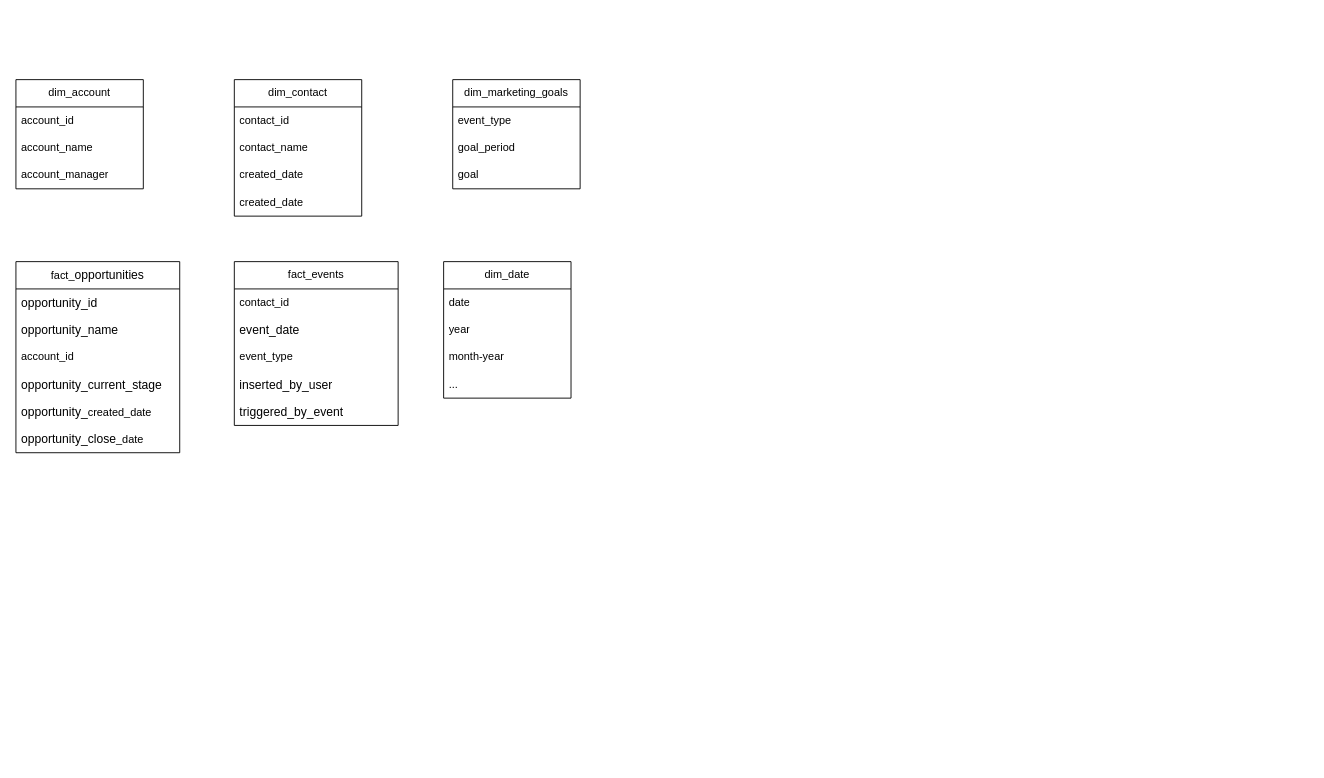
talc87/priority_data_pipeline_postgres_db keeps this draw.io diagram as 📊 BI & Data Business Spec Document- GTM-marketing report.drawio. Above is the earlier version. Source tidied: cells renumbered, new cells numbered last; positions are measured from the earlier drawing's top-left corner, leaving out a move shared by most shapes. Both pictures are drawn from the tidied source at 91%, with x=0, y=0 at pixel (15, 79).
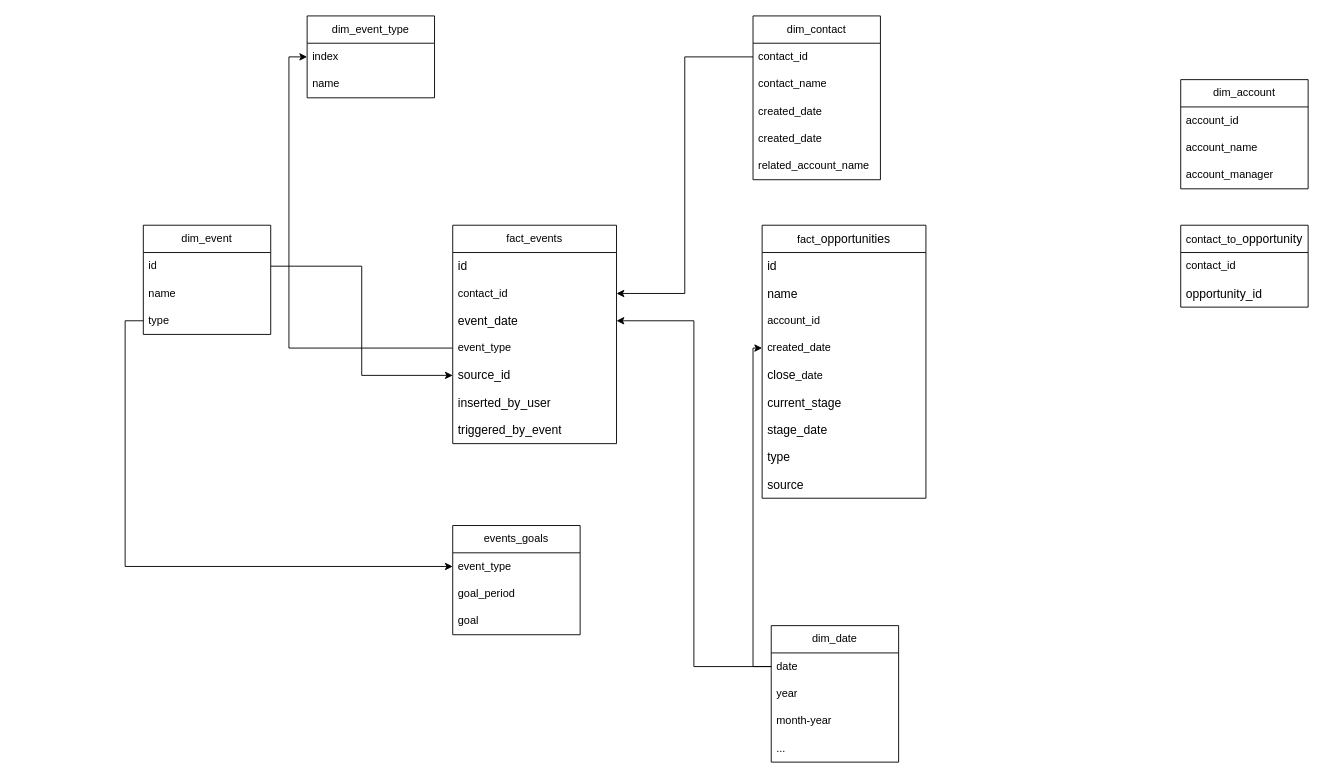
Above is the later version.

Unchanged cells that the change refers to:
```xml
<mxCell id="7" value="contact_id" style="text;strokeColor=none;fillColor=none;align=left;verticalAlign=middle;spacingLeft=4;spacingRight=4;overflow=hidden;points=[[0,0.5],[1,0.5]];portConstraint=eastwest;whiteSpace=wrap;html=1;" parent="6" vertex="1">
  <mxGeometry y="30" width="140" height="30" as="geometry" />
</mxCell>
<mxCell id="25" value="event_type" style="text;strokeColor=none;fillColor=none;align=left;verticalAlign=middle;spacingLeft=4;spacingRight=4;overflow=hidden;points=[[0,0.5],[1,0.5]];portConstraint=eastwest;whiteSpace=wrap;html=1;" parent="24" vertex="1">
  <mxGeometry y="30" width="140" height="30" as="geometry" />
</mxCell>
<mxCell id="29" value="date" style="text;strokeColor=none;fillColor=none;align=left;verticalAlign=middle;spacingLeft=4;spacingRight=4;overflow=hidden;points=[[0,0.5],[1,0.5]];portConstraint=eastwest;whiteSpace=wrap;html=1;" parent="28" vertex="1">
  <mxGeometry y="30" width="140" height="30" as="geometry" />
</mxCell>
```

Change to the diagram source:
```diff
@@
     <mxCell id="2" value="dim_account" style="swimlane;fontStyle=0;horizontal=1;startSize=30;whiteSpace=wrap;html=1;" parent="1" vertex="1">
-      <mxGeometry width="140" height="120" as="geometry" />
+      <mxGeometry x="1280" width="140" height="120" as="geometry" />
     </mxCell>
@@
     <mxCell id="6" value="dim_contact" style="swimlane;fontStyle=0;horizontal=1;startSize=30;whiteSpace=wrap;html=1;" parent="1" vertex="1">
-      <mxGeometry x="240" width="140" height="150" as="geometry" />
+      <mxGeometry x="810" y="-70" width="140" height="180" as="geometry" />
     </mxCell>
@@
+    <mxCell id="33" value="related_account_name" style="text;strokeColor=none;fillColor=none;align=left;verticalAlign=middle;spacingLeft=4;spacingRight=4;overflow=hidden;whiteSpace=wrap;html=1;" parent="6" vertex="1">
+      <mxGeometry y="150" width="140" height="30" as="geometry" />
+    </mxCell>
     <mxCell id="11" value="fact_&lt;span id=&quot;docs-internal-guid-ff676012-7fff-e291-a24d-76525ae4b578&quot;&gt;&lt;span style=&quot;font-size: 10pt; font-family: Arial, sans-serif; background-color: transparent; font-variant-numeric: normal; font-variant-east-asian: normal; font-variant-alternates: normal; font-variant-position: normal; font-variant-emoji: normal; vertical-align: baseline; white-space-collapse: preserve;&quot;&gt;opportunities&lt;/span&gt;&lt;/span&gt;" style="swimlane;fontStyle=0;horizontal=1;startSize=30;whiteSpace=wrap;html=1;" parent="1" vertex="1">
-      <mxGeometry y="200" width="180" height="210" as="geometry" />
+      <mxGeometry x="820" y="160" width="180" height="300" as="geometry" />
     </mxCell>
-    <mxCell id="12" value="&lt;span id=&quot;docs-internal-guid-ff676012-7fff-e291-a24d-76525ae4b578&quot;&gt;&lt;span style=&quot;font-size: 10pt; font-family: Arial, sans-serif; background-color: transparent; font-variant-numeric: normal; font-variant-east-asian: normal; font-variant-alternates: normal; font-variant-position: normal; font-variant-emoji: normal; vertical-align: baseline; white-space-collapse: preserve;&quot;&gt;opportunity_id&lt;/span&gt;&lt;/span&gt;" style="text;strokeColor=none;fillColor=none;align=left;verticalAlign=middle;spacingLeft=4;spacingRight=4;overflow=hidden;whiteSpace=wrap;html=1;" parent="11" vertex="1">
+    <mxCell id="12" value="&lt;span id=&quot;docs-internal-guid-ff676012-7fff-e291-a24d-76525ae4b578&quot;&gt;&lt;span style=&quot;font-size: 10pt; font-family: Arial, sans-serif; background-color: transparent; font-variant-numeric: normal; font-variant-east-asian: normal; font-variant-alternates: normal; font-variant-position: normal; font-variant-emoji: normal; vertical-align: baseline; white-space-collapse: preserve;&quot;&gt;id&lt;/span&gt;&lt;/span&gt;" style="text;strokeColor=none;fillColor=none;align=left;verticalAlign=middle;spacingLeft=4;spacingRight=4;overflow=hidden;whiteSpace=wrap;html=1;" parent="11" vertex="1">
       <mxGeometry y="30" width="180" height="30" as="geometry" />
     </mxCell>
-    <mxCell id="13" value="&lt;span id=&quot;docs-internal-guid-ff676012-7fff-e291-a24d-76525ae4b578&quot;&gt;&lt;span style=&quot;font-size: 10pt; font-family: Arial, sans-serif; background-color: transparent; font-variant-numeric: normal; font-variant-east-asian: normal; font-variant-alternates: normal; font-variant-position: normal; font-variant-emoji: normal; vertical-align: baseline; white-space-collapse: preserve;&quot;&gt;opportunity_name&lt;/span&gt;&lt;/span&gt;" style="text;strokeColor=none;fillColor=none;align=left;verticalAlign=middle;spacingLeft=4;spacingRight=4;overflow=hidden;whiteSpace=wrap;html=1;" parent="11" vertex="1">
+    <mxCell id="13" value="&lt;span id=&quot;docs-internal-guid-ff676012-7fff-e291-a24d-76525ae4b578&quot;&gt;&lt;span style=&quot;font-size: 10pt; font-family: Arial, sans-serif; background-color: transparent; font-variant-numeric: normal; font-variant-east-asian: normal; font-variant-alternates: normal; font-variant-position: normal; font-variant-emoji: normal; vertical-align: baseline; white-space-collapse: preserve;&quot;&gt;name&lt;/span&gt;&lt;/span&gt;" style="text;strokeColor=none;fillColor=none;align=left;verticalAlign=middle;spacingLeft=4;spacingRight=4;overflow=hidden;whiteSpace=wrap;html=1;" parent="11" vertex="1">
       <mxGeometry y="60" width="180" height="30" as="geometry" />
     </mxCell>
@@
+    <mxCell id="16" value="created_date" style="text;strokeColor=none;fillColor=none;align=left;verticalAlign=middle;spacingLeft=4;spacingRight=4;overflow=hidden;points=[[0,0.5],[1,0.5]];portConstraint=eastwest;whiteSpace=wrap;html=1;" parent="11" vertex="1">
+      <mxGeometry y="120" width="180" height="30" as="geometry" />
+    </mxCell>
+    <mxCell id="34" value="&lt;span style=&quot;font-family: Arial, sans-serif; font-size: 13.3333px; white-space-collapse: preserve;&quot;&gt;close&lt;/span&gt;_date" style="text;strokeColor=none;fillColor=none;align=left;verticalAlign=middle;spacingLeft=4;spacingRight=4;overflow=hidden;whiteSpace=wrap;html=1;" parent="11" vertex="1">
+      <mxGeometry y="150" width="180" height="30" as="geometry" />
+    </mxCell>
-    <mxCell id="15" value="&lt;span style=&quot;font-family: Arial, sans-serif; font-size: 13.3333px; white-space-collapse: preserve;&quot;&gt;opportunity_current_stage&lt;/span&gt;" style="text;strokeColor=none;fillColor=none;align=left;verticalAlign=middle;spacingLeft=4;spacingRight=4;overflow=hidden;whiteSpace=wrap;html=1;" parent="11" vertex="1">
-      <mxGeometry y="120" width="180" height="30" as="geometry" />
+    <mxCell id="15" value="&lt;span style=&quot;font-family: Arial, sans-serif; font-size: 13.3333px; white-space-collapse: preserve;&quot;&gt;current_stage&lt;/span&gt;" style="text;strokeColor=none;fillColor=none;align=left;verticalAlign=middle;spacingLeft=4;spacingRight=4;overflow=hidden;whiteSpace=wrap;html=1;" parent="11" vertex="1">
+      <mxGeometry y="180" width="180" height="30" as="geometry" />
     </mxCell>
-    <mxCell id="16" value="&lt;span style=&quot;font-family: Arial, sans-serif; font-size: 13.3333px; white-space-collapse: preserve;&quot;&gt;opportunity_&lt;/span&gt;created_date" style="text;strokeColor=none;fillColor=none;align=left;verticalAlign=middle;spacingLeft=4;spacingRight=4;overflow=hidden;points=[[0,0.5],[1,0.5]];portConstraint=eastwest;whiteSpace=wrap;html=1;" parent="11" vertex="1">
-      <mxGeometry y="150" width="180" height="30" as="geometry" />
-    </mxCell>
+    <mxCell id="35" value="&lt;span style=&quot;font-family: Arial, sans-serif; font-size: 13.3333px; white-space-collapse: preserve;&quot;&gt;stage_date&lt;/span&gt;" style="text;strokeColor=none;fillColor=none;align=left;verticalAlign=middle;spacingLeft=4;spacingRight=4;overflow=hidden;whiteSpace=wrap;html=1;" parent="11" vertex="1">
+      <mxGeometry y="210" width="180" height="30" as="geometry" />
+    </mxCell>
+    <mxCell id="36" value="&lt;span style=&quot;font-family: Arial, sans-serif; font-size: 13.3333px; white-space-collapse: preserve;&quot;&gt;type&lt;/span&gt;" style="text;strokeColor=none;fillColor=none;align=left;verticalAlign=middle;spacingLeft=4;spacingRight=4;overflow=hidden;whiteSpace=wrap;html=1;" parent="11" vertex="1">
+      <mxGeometry y="240" width="180" height="30" as="geometry" />
+    </mxCell>
-    <mxCell id="17" value="&lt;span style=&quot;font-family: Arial, sans-serif; font-size: 13.3333px; white-space-collapse: preserve;&quot;&gt;opportunity_close&lt;/span&gt;_date" style="text;strokeColor=none;fillColor=none;align=left;verticalAlign=middle;spacingLeft=4;spacingRight=4;overflow=hidden;whiteSpace=wrap;html=1;" parent="11" vertex="1">
-      <mxGeometry y="180" width="180" height="30" as="geometry" />
+    <mxCell id="17" value="&lt;font face=&quot;Arial, sans-serif&quot;&gt;&lt;span style=&quot;font-size: 13.3333px; white-space-collapse: preserve;&quot;&gt;source&lt;/span&gt;&lt;/font&gt;" style="text;strokeColor=none;fillColor=none;align=left;verticalAlign=middle;spacingLeft=4;spacingRight=4;overflow=hidden;whiteSpace=wrap;html=1;" parent="11" vertex="1">
+      <mxGeometry y="270" width="180" height="30" as="geometry" />
     </mxCell>
     <mxCell id="18" value="fact_events" style="swimlane;fontStyle=0;horizontal=1;startSize=30;whiteSpace=wrap;html=1;" parent="1" vertex="1">
-      <mxGeometry x="240" y="200" width="180" height="180" as="geometry" />
+      <mxGeometry x="480" y="160" width="180" height="240" as="geometry" />
     </mxCell>
+    <mxCell id="23" value="&lt;span style=&quot;font-family: Arial, sans-serif; font-size: 13.3333px; white-space-collapse: preserve;&quot;&gt;id&lt;/span&gt;" style="text;strokeColor=none;fillColor=none;align=left;verticalAlign=middle;spacingLeft=4;spacingRight=4;overflow=hidden;whiteSpace=wrap;html=1;" parent="18" vertex="1">
+      <mxGeometry y="30" width="180" height="30" as="geometry" />
+    </mxCell>
     <mxCell id="19" value="contact_id" style="text;strokeColor=none;fillColor=none;align=left;verticalAlign=middle;spacingLeft=4;spacingRight=4;overflow=hidden;points=[[0,0.5],[1,0.5]];portConstraint=eastwest;whiteSpace=wrap;html=1;" parent="18" vertex="1">
-      <mxGeometry y="30" width="180" height="30" as="geometry" />
+      <mxGeometry y="60" width="180" height="30" as="geometry" />
     </mxCell>
     <mxCell id="20" value="&lt;font face=&quot;Arial, sans-serif&quot;&gt;&lt;span style=&quot;font-size: 13.3333px; white-space-collapse: preserve;&quot;&gt;event_date&lt;/span&gt;&lt;/font&gt;" style="text;strokeColor=none;fillColor=none;align=left;verticalAlign=middle;spacingLeft=4;spacingRight=4;overflow=hidden;points=[[0,0.5],[1,0.5]];portConstraint=eastwest;whiteSpace=wrap;html=1;" parent="18" vertex="1">
-      <mxGeometry y="60" width="180" height="30" as="geometry" />
+      <mxGeometry y="90" width="180" height="30" as="geometry" />
     </mxCell>
     <mxCell id="21" value="event_type" style="text;strokeColor=none;fillColor=none;align=left;verticalAlign=middle;spacingLeft=4;spacingRight=4;overflow=hidden;points=[[0,0.5],[1,0.5]];portConstraint=eastwest;whiteSpace=wrap;html=1;" parent="18" vertex="1">
-      <mxGeometry y="90" width="180" height="30" as="geometry" />
+      <mxGeometry y="120" width="180" height="30" as="geometry" />
     </mxCell>
+    <mxCell id="37" value="&lt;span style=&quot;font-family: Arial, sans-serif; font-size: 13.3333px; white-space-collapse: preserve;&quot;&gt;source_id&lt;/span&gt;" style="text;strokeColor=none;fillColor=none;align=left;verticalAlign=middle;spacingLeft=4;spacingRight=4;overflow=hidden;points=[[0,0.5],[1,0.5]];portConstraint=eastwest;whiteSpace=wrap;html=1;" parent="18" vertex="1">
+      <mxGeometry y="150" width="180" height="30" as="geometry" />
+    </mxCell>
     <mxCell id="22" value="&lt;span style=&quot;font-family: Arial, sans-serif; font-size: 13.3333px; white-space-collapse: preserve;&quot;&gt;inserted_by_user&lt;/span&gt;" style="text;strokeColor=none;fillColor=none;align=left;verticalAlign=middle;spacingLeft=4;spacingRight=4;overflow=hidden;whiteSpace=wrap;html=1;" parent="18" vertex="1">
-      <mxGeometry y="120" width="180" height="30" as="geometry" />
+      <mxGeometry y="180" width="180" height="30" as="geometry" />
     </mxCell>
-    <mxCell id="23" value="&lt;span style=&quot;font-family: Arial, sans-serif; font-size: 13.3333px; white-space-collapse: preserve;&quot;&gt;triggered_by_event&lt;/span&gt;" style="text;strokeColor=none;fillColor=none;align=left;verticalAlign=middle;spacingLeft=4;spacingRight=4;overflow=hidden;whiteSpace=wrap;html=1;" parent="18" vertex="1">
-      <mxGeometry y="150" width="180" height="30" as="geometry" />
-    </mxCell>
+    <mxCell id="38" value="&lt;span style=&quot;font-family: Arial, sans-serif; font-size: 13.3333px; white-space-collapse: preserve;&quot;&gt;triggered_by_event&lt;/span&gt;" style="text;strokeColor=none;fillColor=none;align=left;verticalAlign=middle;spacingLeft=4;spacingRight=4;overflow=hidden;whiteSpace=wrap;html=1;" parent="18" vertex="1">
+      <mxGeometry y="210" width="180" height="30" as="geometry" />
+    </mxCell>
-    <mxCell id="24" value="dim_marketing_goals" style="swimlane;fontStyle=0;horizontal=1;startSize=30;whiteSpace=wrap;html=1;" parent="1" vertex="1">
-      <mxGeometry x="480" width="140" height="120" as="geometry" />
+    <mxCell id="24" value="events_goals" style="swimlane;fontStyle=0;horizontal=1;startSize=30;whiteSpace=wrap;html=1;" parent="1" vertex="1">
+      <mxGeometry x="480" y="490" width="140" height="120" as="geometry" />
     </mxCell>
@@
     <mxCell id="28" value="dim_date" style="swimlane;fontStyle=0;horizontal=1;startSize=30;whiteSpace=wrap;html=1;" parent="1" vertex="1">
-      <mxGeometry x="470" y="200" width="140" height="150" as="geometry" />
+      <mxGeometry x="830" y="600" width="140" height="150" as="geometry" />
     </mxCell>
@@
+    <mxCell id="39" value="contact_to_&lt;span style=&quot;font-family: Arial, sans-serif; font-size: 13.3333px; text-align: left; white-space-collapse: preserve;&quot;&gt;opportunity&lt;/span&gt;" style="swimlane;fontStyle=0;horizontal=1;startSize=30;whiteSpace=wrap;html=1;" parent="1" vertex="1">
+      <mxGeometry x="1280" y="160" width="140" height="90" as="geometry" />
+    </mxCell>
+    <mxCell id="40" value="contact_id" style="text;strokeColor=none;fillColor=none;align=left;verticalAlign=middle;spacingLeft=4;spacingRight=4;overflow=hidden;whiteSpace=wrap;html=1;" parent="39" vertex="1">
+      <mxGeometry y="30" width="140" height="30" as="geometry" />
+    </mxCell>
+    <mxCell id="41" value="&lt;span style=&quot;font-family: Arial, sans-serif; font-size: 13.3333px; white-space-collapse: preserve;&quot;&gt;opportunity_id&lt;/span&gt;" style="text;strokeColor=none;fillColor=none;align=left;verticalAlign=middle;spacingLeft=4;spacingRight=4;overflow=hidden;whiteSpace=wrap;html=1;" parent="39" vertex="1">
+      <mxGeometry y="60" width="140" height="30" as="geometry" />
+    </mxCell>
+    <mxCell id="42" value="dim_event" style="swimlane;fontStyle=0;horizontal=1;startSize=30;whiteSpace=wrap;html=1;" parent="1" vertex="1">
+      <mxGeometry x="140" y="160" width="140" height="120" as="geometry" />
+    </mxCell>
+    <mxCell id="43" value="id" style="text;strokeColor=none;fillColor=none;align=left;verticalAlign=middle;spacingLeft=4;spacingRight=4;overflow=hidden;points=[[0,0.5],[1,0.5]];portConstraint=eastwest;whiteSpace=wrap;html=1;" parent="42" vertex="1">
+      <mxGeometry y="30" width="140" height="30" as="geometry" />
+    </mxCell>
+    <mxCell id="44" value="&lt;span style=&quot;text-align: center;&quot;&gt;name&lt;/span&gt;" style="text;strokeColor=none;fillColor=none;align=left;verticalAlign=middle;spacingLeft=4;spacingRight=4;overflow=hidden;whiteSpace=wrap;html=1;" parent="42" vertex="1">
+      <mxGeometry y="60" width="140" height="30" as="geometry" />
+    </mxCell>
+    <mxCell id="45" value="type" style="text;strokeColor=none;fillColor=none;align=left;verticalAlign=middle;spacingLeft=4;spacingRight=4;overflow=hidden;points=[[0,0.5],[1,0.5]];portConstraint=eastwest;whiteSpace=wrap;html=1;" parent="42" vertex="1">
+      <mxGeometry y="90" width="140" height="30" as="geometry" />
+    </mxCell>
+    <mxCell id="46" style="edgeStyle=orthogonalEdgeStyle;rounded=0;jettySize=auto;html=1;" parent="1" edge="1" source="7" target="19">
+      <mxGeometry relative="1" as="geometry" />
+    </mxCell>
+    <mxCell id="47" style="edgeStyle=orthogonalEdgeStyle;rounded=0;jettySize=auto;html=1;exitX=0;exitY=0.5;exitDx=0;exitDy=0;entryX=0;entryY=0.5;entryDx=0;entryDy=0;" parent="1" edge="1" source="45" target="25">
+      <mxGeometry relative="1" as="geometry" />
+    </mxCell>
+    <mxCell id="48" value="dim_event_type" style="swimlane;fontStyle=0;horizontal=1;startSize=30;whiteSpace=wrap;html=1;" parent="1" vertex="1">
+      <mxGeometry x="320" y="-70" width="140" height="90" as="geometry" />
+    </mxCell>
+    <mxCell id="49" value="&lt;span style=&quot;text-align: center;&quot;&gt;index&lt;/span&gt;" style="text;strokeColor=none;fillColor=none;align=left;verticalAlign=middle;spacingLeft=4;spacingRight=4;overflow=hidden;points=[[0,0.5],[1,0.5]];portConstraint=eastwest;whiteSpace=wrap;html=1;" parent="48" vertex="1">
+      <mxGeometry y="30" width="140" height="30" as="geometry" />
+    </mxCell>
+    <mxCell id="50" value="name" style="text;strokeColor=none;fillColor=none;align=left;verticalAlign=middle;spacingLeft=4;spacingRight=4;overflow=hidden;whiteSpace=wrap;html=1;" parent="48" vertex="1">
+      <mxGeometry y="60" width="140" height="30" as="geometry" />
+    </mxCell>
+    <mxCell id="51" style="edgeStyle=orthogonalEdgeStyle;rounded=0;jettySize=auto;html=1;entryX=0;entryY=0.5;entryDx=0;entryDy=0;" parent="1" edge="1" source="21" target="49">
+      <mxGeometry relative="1" as="geometry" />
+    </mxCell>
+    <mxCell id="52" style="edgeStyle=orthogonalEdgeStyle;rounded=0;jettySize=auto;html=1;entryX=0;entryY=0.5;entryDx=0;entryDy=0;" parent="1" edge="1" source="43" target="37">
+      <mxGeometry relative="1" as="geometry" />
+    </mxCell>
+    <mxCell id="53" style="edgeStyle=orthogonalEdgeStyle;rounded=0;jettySize=auto;html=1;entryX=1;entryY=0.5;entryDx=0;entryDy=0;" parent="1" edge="1" source="29" target="20">
+      <mxGeometry relative="1" as="geometry" />
+    </mxCell>
+    <mxCell id="54" style="edgeStyle=orthogonalEdgeStyle;rounded=0;jettySize=auto;html=1;exitX=0;exitY=0.5;exitDx=0;exitDy=0;entryX=0;entryY=0.5;entryDx=0;entryDy=0;" parent="1" edge="1" source="29" target="16">
+      <mxGeometry relative="1" as="geometry" />
+    </mxCell>
```
